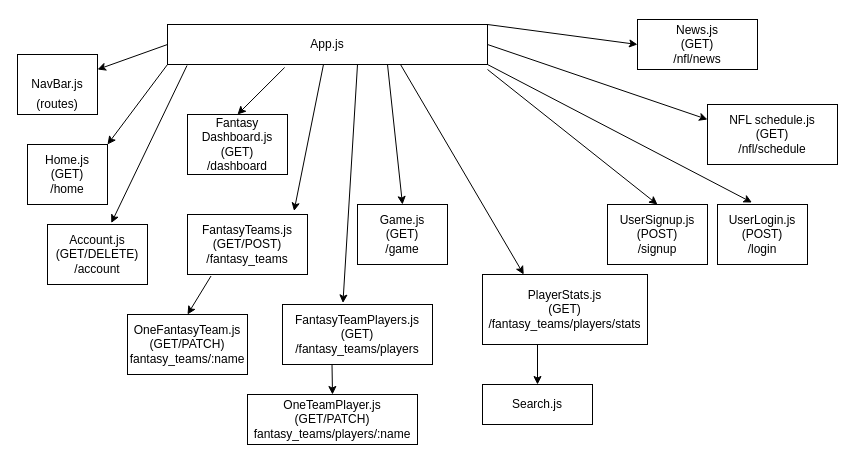
The draw.io diagram ReactTree.drawio in dxyz773/Flatiron_Gang, before the edit. Source tidied: cells renumbered, new cells numbered last; positions are measured from the earlier drawing's top-left corner, leaving out a move shared by most shapes. Both pictures are drawn from the tidied source at 100%, with x=0, y=0 at pixel (17, 19).
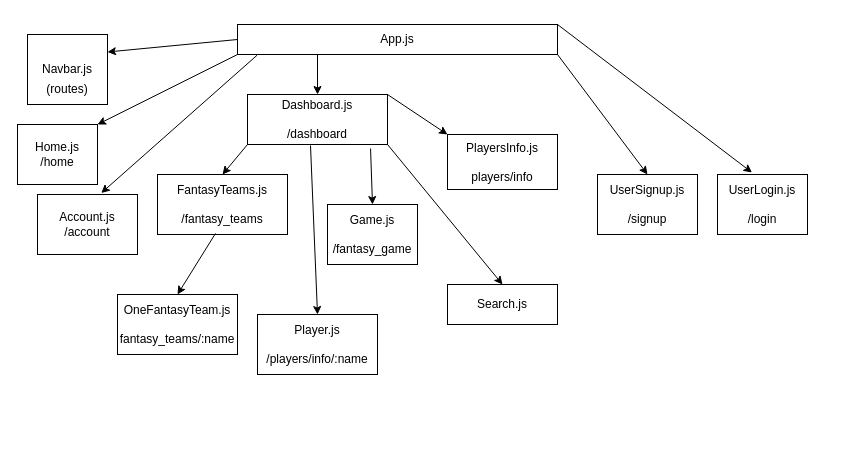
Above is the later version.

What changed in the source:
```diff
@@
     <mxCell id="2" value="App.js" style="whiteSpace=wrap;html=1;" parent="1" vertex="1">
-      <mxGeometry x="150" y="5" width="320" height="40" as="geometry" />
+      <mxGeometry x="220" y="5" width="320" height="30" as="geometry" />
     </mxCell>
-    <mxCell id="3" value="NavBar.js" style="whiteSpace=wrap;html=1;" parent="1" vertex="1">
-      <mxGeometry y="35" width="80" height="60" as="geometry" />
+    <mxCell id="3" value="Navbar.js" style="whiteSpace=wrap;html=1;" parent="1" vertex="1">
+      <mxGeometry x="10" y="15" width="80" height="70" as="geometry" />
     </mxCell>
-    <mxCell id="4" value="Home.js&lt;br&gt;(GET)&lt;br&gt;/home" style="whiteSpace=wrap;html=1;" parent="1" vertex="1">
-      <mxGeometry x="10" y="125" width="80" height="60" as="geometry" />
+    <mxCell id="4" value="Home.js&lt;br&gt;/home" style="whiteSpace=wrap;html=1;" parent="1" vertex="1">
+      <mxGeometry y="105" width="80" height="60" as="geometry" />
     </mxCell>
-    <mxCell id="5" value="Account.js&lt;br&gt;(GET/DELETE)&lt;br&gt;/account" style="whiteSpace=wrap;html=1;" parent="1" vertex="1">
-      <mxGeometry x="30" y="205" width="100" height="60" as="geometry" />
+    <mxCell id="5" value="Account.js&lt;br&gt;/account" style="whiteSpace=wrap;html=1;" parent="1" vertex="1">
+      <mxGeometry x="20" y="175" width="100" height="60" as="geometry" />
     </mxCell>
-    <mxCell id="6" value="Fantasy Dashboard.js&lt;br&gt;(GET)&lt;br&gt;/dashboard" style="whiteSpace=wrap;html=1;" parent="1" vertex="1">
-      <mxGeometry x="170" y="95" width="100" height="60" as="geometry" />
+    <mxCell id="6" value="Dashboard.js&lt;br&gt;&lt;br&gt;/dashboard" style="whiteSpace=wrap;html=1;" parent="1" vertex="1">
+      <mxGeometry x="230" y="75" width="140" height="50" as="geometry" />
     </mxCell>
-    <mxCell id="7" value="NFL schedule.js&lt;br&gt;(GET)&lt;br&gt;/nfl/schedule" style="whiteSpace=wrap;html=1;" parent="1" vertex="1">
-      <mxGeometry x="690" y="85" width="130" height="60" as="geometry" />
-    </mxCell>
-    <mxCell id="8" value="News.js&lt;br&gt;(GET)&lt;br&gt;/nfl/news" style="whiteSpace=wrap;html=1;" parent="1" vertex="1">
-      <mxGeometry x="620" width="120" height="50" as="geometry" />
-    </mxCell>
-    <mxCell id="9" value="OneFantasyTeam.js&lt;br&gt;(GET/PATCH)&lt;br&gt;fantasy_teams/:name" style="whiteSpace=wrap;html=1;" parent="1" vertex="1">
-      <mxGeometry x="110" y="295" width="120" height="60" as="geometry" />
+    <mxCell id="9" value="OneFantasyTeam.js&lt;br&gt;&lt;br&gt;fantasy_teams/:name" style="whiteSpace=wrap;html=1;" parent="1" vertex="1">
+      <mxGeometry x="100" y="275" width="120" height="60" as="geometry" />
     </mxCell>
-    <mxCell id="10" value="UserSignup.js&lt;br&gt;(POST)&lt;br&gt;/signup" style="whiteSpace=wrap;html=1;" parent="1" vertex="1">
-      <mxGeometry x="590" y="185" width="100" height="60" as="geometry" />
+    <mxCell id="10" value="UserSignup.js&lt;br&gt;&lt;br&gt;/signup" style="whiteSpace=wrap;html=1;" parent="1" vertex="1">
+      <mxGeometry x="580" y="155" width="100" height="60" as="geometry" />
     </mxCell>
-    <mxCell id="11" value="FantasyTeams.js&lt;br&gt;(GET/POST)&lt;br&gt;/fantasy_teams" style="whiteSpace=wrap;html=1;" parent="1" vertex="1">
-      <mxGeometry x="170" y="195" width="120" height="60" as="geometry" />
+    <mxCell id="11" value="FantasyTeams.js&lt;br&gt;&lt;br&gt;/fantasy_teams" style="whiteSpace=wrap;html=1;" parent="1" vertex="1">
+      <mxGeometry x="140" y="155" width="130" height="60" as="geometry" />
     </mxCell>
-    <mxCell id="12" value="UserLogin.js&lt;br&gt;(POST)&lt;br&gt;/login" style="whiteSpace=wrap;html=1;" parent="1" vertex="1">
-      <mxGeometry x="700" y="185" width="90" height="60" as="geometry" />
+    <mxCell id="12" value="UserLogin.js&lt;br&gt;&lt;br&gt;/login" style="whiteSpace=wrap;html=1;" parent="1" vertex="1">
+      <mxGeometry x="700" y="155" width="90" height="60" as="geometry" />
     </mxCell>
     <mxCell id="13" value="(routes)" style="text;html=1;strokeColor=none;fillColor=none;align=center;verticalAlign=middle;whiteSpace=wrap;rounded=0;" parent="1" vertex="1">
-      <mxGeometry x="10" y="65" width="60" height="40" as="geometry" />
+      <mxGeometry x="20" y="55" width="60" height="30" as="geometry" />
     </mxCell>
@@
-    <mxCell id="17" style="endArrow=classic;html=1;exitX=0.366;exitY=1.075;exitDx=0;exitDy=0;exitPerimeter=0;entryX=0.5;entryY=0;entryDx=0;entryDy=0;" parent="1" edge="1" source="2" target="6">
+    <mxCell id="17" style="endArrow=classic;html=1;entryX=0.5;entryY=0;entryDx=0;entryDy=0;exitX=0.25;exitY=1;exitDx=0;exitDy=0;" parent="1" edge="1" source="2" target="6">
       <mxGeometry relative="1" as="geometry" />
     </mxCell>
-    <mxCell id="18" style="endArrow=classic;html=1;entryX=0;entryY=0.5;entryDx=0;entryDy=0;exitX=1;exitY=0;exitDx=0;exitDy=0;" parent="1" edge="1" source="2" target="8">
-      <mxGeometry relative="1" as="geometry" />
-    </mxCell>
-    <mxCell id="19" style="endArrow=classic;html=1;exitX=1;exitY=0.5;exitDx=0;exitDy=0;entryX=0;entryY=0.25;entryDx=0;entryDy=0;" parent="1" edge="1" source="2" target="7">
-      <mxGeometry relative="1" as="geometry" />
-    </mxCell>
-    <mxCell id="20" style="endArrow=classic;html=1;entryX=0.888;entryY=-0.058;entryDx=0;entryDy=0;entryPerimeter=0;" parent="1" edge="1" source="2" target="11">
-      <mxGeometry relative="1" as="geometry" />
-    </mxCell>
-    <mxCell id="21" style="endArrow=classic;html=1;entryX=0.5;entryY=0;entryDx=0;entryDy=0;exitX=0.196;exitY=1.025;exitDx=0;exitDy=0;exitPerimeter=0;" parent="1" edge="1" source="11" target="9">
+    <mxCell id="21" style="endArrow=classic;html=1;entryX=0.5;entryY=0;entryDx=0;entryDy=0;exitX=0.446;exitY=0.983;exitDx=0;exitDy=0;exitPerimeter=0;" parent="1" edge="1" source="11" target="9">
       <mxGeometry relative="1" as="geometry" />
     </mxCell>
-    <mxCell id="22" value="FantasyTeamPlayers.js&lt;br&gt;(GET)&lt;br&gt;/fantasy_teams/players" style="whiteSpace=wrap;html=1;" parent="1" vertex="1">
-      <mxGeometry x="265" y="285" width="150" height="60" as="geometry" />
-    </mxCell>
-    <mxCell id="23" value="OneTeamPlayer.js&lt;br&gt;(GET/PATCH)&lt;br&gt;fantasy_teams/players/:name" style="whiteSpace=wrap;html=1;" parent="1" vertex="1">
-      <mxGeometry x="230" y="375" width="170" height="50" as="geometry" />
+    <mxCell id="23" value="Player.js&lt;br&gt;&lt;br&gt;/players/info/:name" style="whiteSpace=wrap;html=1;" parent="1" vertex="1">
+      <mxGeometry x="240" y="295" width="120" height="60" as="geometry" />
     </mxCell>
     <mxCell id="24" value="Search.js" style="whiteSpace=wrap;html=1;" parent="1" vertex="1">
-      <mxGeometry x="465" y="365" width="110" height="40" as="geometry" />
+      <mxGeometry x="430" y="265" width="110" height="40" as="geometry" />
     </mxCell>
-    <mxCell id="25" value="PlayerStats.js&lt;br&gt;(GET)&lt;br&gt;/fantasy_teams/players/stats" style="whiteSpace=wrap;html=1;" parent="1" vertex="1">
-      <mxGeometry x="465" y="255" width="165" height="70" as="geometry" />
+    <mxCell id="25" value="PlayersInfo.js&lt;br&gt;&lt;br&gt;players/info" style="whiteSpace=wrap;html=1;" parent="1" vertex="1">
+      <mxGeometry x="430" y="115" width="110" height="55" as="geometry" />
     </mxCell>
-    <mxCell id="26" value="Game.js&lt;br&gt;(GET)&lt;br&gt;/game" style="whiteSpace=wrap;html=1;" parent="1" vertex="1">
-      <mxGeometry x="340" y="185" width="90" height="60" as="geometry" />
+    <mxCell id="26" value="Game.js&lt;br&gt;&lt;br&gt;/fantasy_game" style="whiteSpace=wrap;html=1;" parent="1" vertex="1">
+      <mxGeometry x="310" y="185" width="90" height="60" as="geometry" />
     </mxCell>
-    <mxCell id="27" style="endArrow=classic;html=1;entryX=0.383;entryY=-0.033;entryDx=0;entryDy=0;entryPerimeter=0;" parent="1" edge="1" target="12">
-      <mxGeometry relative="1" as="geometry">
-        <mxPoint x="470" y="45" as="sourcePoint" />
-      </mxGeometry>
+    <mxCell id="27" style="endArrow=classic;html=1;entryX=0.383;entryY=-0.033;entryDx=0;entryDy=0;entryPerimeter=0;exitX=1;exitY=0;exitDx=0;exitDy=0;" parent="1" edge="1" source="2" target="12">
+      <mxGeometry relative="1" as="geometry" />
     </mxCell>
-    <mxCell id="28" style="endArrow=classic;html=1;entryX=0.5;entryY=0;entryDx=0;entryDy=0;" parent="1" edge="1" target="10">
-      <mxGeometry relative="1" as="geometry">
-        <mxPoint x="470" y="50" as="sourcePoint" />
-      </mxGeometry>
+    <mxCell id="28" style="endArrow=classic;html=1;entryX=0.5;entryY=0;entryDx=0;entryDy=0;exitX=1;exitY=1;exitDx=0;exitDy=0;" parent="1" edge="1" source="2" target="10">
+      <mxGeometry relative="1" as="geometry" />
     </mxCell>
-    <mxCell id="29" style="endArrow=classic;html=1;entryX=0.403;entryY=-0.025;entryDx=0;entryDy=0;entryPerimeter=0;" parent="1" edge="1" target="22">
-      <mxGeometry relative="1" as="geometry">
-        <mxPoint x="340" y="45" as="sourcePoint" />
-      </mxGeometry>
+    <mxCell id="29" style="endArrow=classic;html=1;entryX=0.5;entryY=0;entryDx=0;entryDy=0;exitX=0;exitY=1;exitDx=0;exitDy=0;" parent="1" edge="1" source="6" target="11">
+      <mxGeometry relative="1" as="geometry" />
     </mxCell>
-    <mxCell id="30" style="endArrow=classic;html=1;entryX=0.5;entryY=0;entryDx=0;entryDy=0;exitX=0.33;exitY=0.992;exitDx=0;exitDy=0;exitPerimeter=0;" parent="1" edge="1" source="22" target="23">
-      <mxGeometry relative="1" as="geometry" />
-    </mxCell>
-    <mxCell id="31" style="endArrow=classic;html=1;entryX=0.25;entryY=0;entryDx=0;entryDy=0;" parent="1" edge="1" target="25">
-      <mxGeometry relative="1" as="geometry">
-        <mxPoint x="383" y="45" as="sourcePoint" />
-      </mxGeometry>
+    <mxCell id="31" style="endArrow=classic;html=1;entryX=0;entryY=0;entryDx=0;entryDy=0;exitX=1;exitY=0;exitDx=0;exitDy=0;" parent="1" edge="1" source="6" target="25">
+      <mxGeometry relative="1" as="geometry" />
     </mxCell>
-    <mxCell id="32" style="endArrow=classic;html=1;entryX=0.5;entryY=0;entryDx=0;entryDy=0;" parent="1" edge="1" target="24">
-      <mxGeometry relative="1" as="geometry">
-        <mxPoint x="520" y="325" as="sourcePoint" />
-      </mxGeometry>
+    <mxCell id="32" style="endArrow=classic;html=1;entryX=0.5;entryY=0;entryDx=0;entryDy=0;exitX=1;exitY=1;exitDx=0;exitDy=0;" parent="1" edge="1" source="6" target="24">
+      <mxGeometry relative="1" as="geometry" />
     </mxCell>
-    <mxCell id="33" style="endArrow=classic;html=1;entryX=0.5;entryY=0;entryDx=0;entryDy=0;" parent="1" edge="1" target="26">
-      <mxGeometry relative="1" as="geometry">
-        <mxPoint x="370" y="45" as="sourcePoint" />
-      </mxGeometry>
+    <mxCell id="33" style="endArrow=classic;html=1;entryX=0.5;entryY=0;entryDx=0;entryDy=0;exitX=0.879;exitY=1.08;exitDx=0;exitDy=0;exitPerimeter=0;" parent="1" edge="1" source="6" target="26">
+      <mxGeometry relative="1" as="geometry" />
     </mxCell>
+    <mxCell id="34" style="endArrow=classic;html=1;entryX=0.5;entryY=0;entryDx=0;entryDy=0;exitX=0.45;exitY=1.02;exitDx=0;exitDy=0;exitPerimeter=0;" parent="1" edge="1" source="6" target="23">
+      <mxGeometry relative="1" as="geometry" />
+    </mxCell>
```
